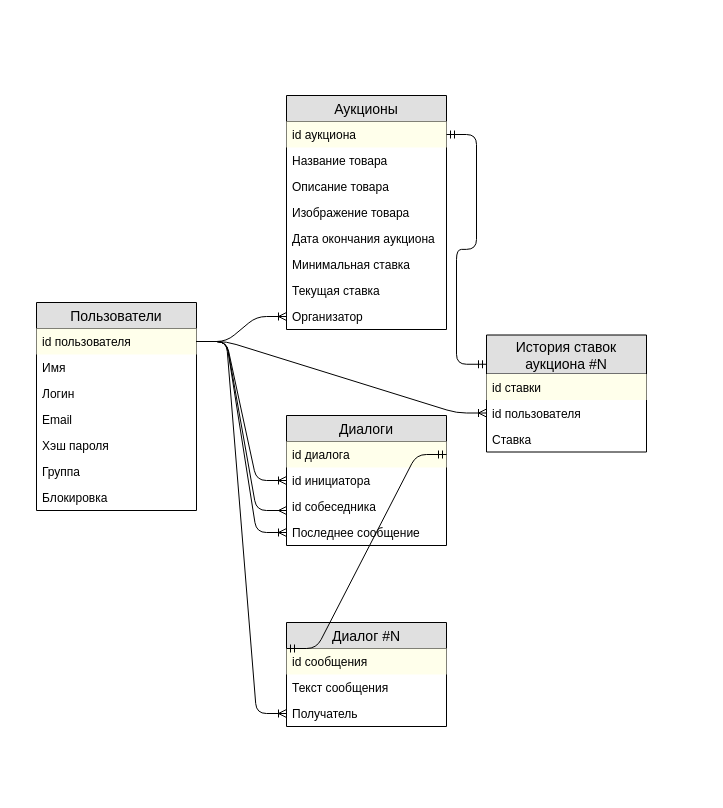
Earlier version of the draw.io diagram Diagrams/ER-Diagram.drawio (Fake-Make/Au). Source tidied: cells renumbered, new cells numbered last; positions are measured from the earlier drawing's top-left corner, leaving out a move shared by most shapes. Both pictures are drawn from the tidied source at 100%, with x=0, y=0 at pixel (36, 95).
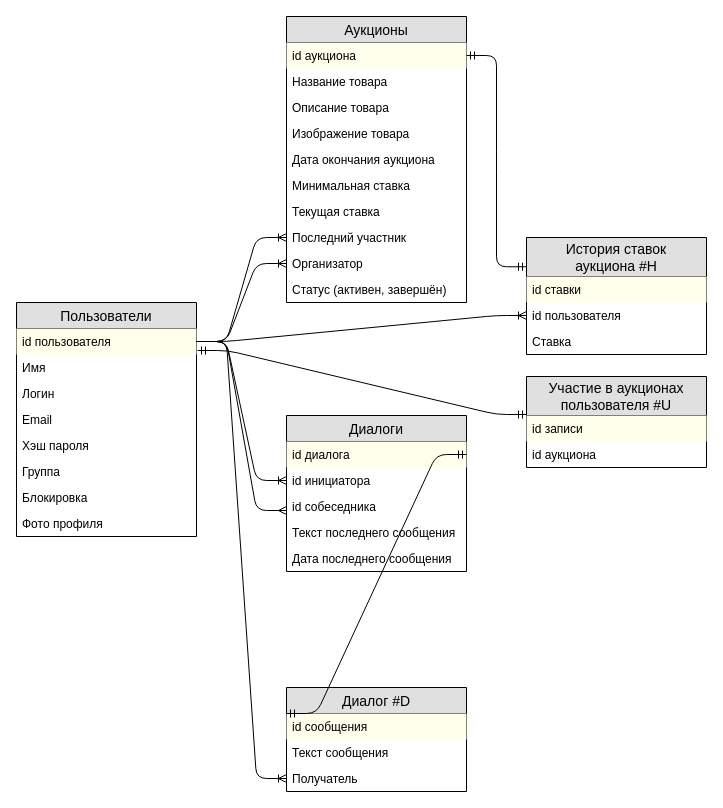
Above is the later version.

The edit, as a diff of the source:
```diff
@@
     <mxCell id="2" value="Пользователи" style="swimlane;fontStyle=0;horizontal=1;startSize=26;fillColor=#e0e0e0;swimlaneFillColor=#ffffff;align=center;fontSize=14;" parent="1" vertex="1">
-      <mxGeometry y="207" width="160" height="208" as="geometry" />
+      <mxGeometry x="-20" y="207" width="180" height="234" as="geometry" />
     </mxCell>
     <mxCell id="3" value="id пользователя" style="text;strokeColor=none;fillColor=#FFFFEB;spacingLeft=4;spacingRight=4;overflow=hidden;points=[[0,0.5],[1,0.5]];portConstraint=eastwest;fontSize=12;" parent="2" vertex="1">
-      <mxGeometry y="26" width="160" height="26" as="geometry" />
+      <mxGeometry y="26" width="180" height="26" as="geometry" />
     </mxCell>
     <mxCell id="4" value="Имя" style="text;strokeColor=none;fillColor=none;spacingLeft=4;spacingRight=4;overflow=hidden;fontSize=12;" parent="2" vertex="1">
-      <mxGeometry y="52" width="160" height="26" as="geometry" />
+      <mxGeometry y="52" width="180" height="26" as="geometry" />
     </mxCell>
     <mxCell id="5" value="Логин" style="text;strokeColor=none;fillColor=none;spacingLeft=4;spacingRight=4;overflow=hidden;fontSize=12;" parent="2" vertex="1">
-      <mxGeometry y="78" width="160" height="26" as="geometry" />
+      <mxGeometry y="78" width="180" height="26" as="geometry" />
     </mxCell>
     <mxCell id="6" value="Email" style="text;strokeColor=none;fillColor=none;spacingLeft=4;spacingRight=4;overflow=hidden;fontSize=12;" parent="2" vertex="1">
-      <mxGeometry y="104" width="160" height="26" as="geometry" />
+      <mxGeometry y="104" width="180" height="26" as="geometry" />
     </mxCell>
     <mxCell id="7" value="Хэш пароля" style="text;strokeColor=none;fillColor=none;spacingLeft=4;spacingRight=4;overflow=hidden;fontSize=12;" parent="2" vertex="1">
-      <mxGeometry y="130" width="160" height="26" as="geometry" />
+      <mxGeometry y="130" width="180" height="26" as="geometry" />
     </mxCell>
     <mxCell id="8" value="Группа" style="text;strokeColor=none;fillColor=none;spacingLeft=4;spacingRight=4;overflow=hidden;fontSize=12;" parent="2" vertex="1">
-      <mxGeometry y="156" width="160" height="26" as="geometry" />
+      <mxGeometry y="156" width="180" height="26" as="geometry" />
     </mxCell>
+    <mxCell id="40" value="Блокировка" style="text;strokeColor=none;fillColor=none;spacingLeft=4;spacingRight=4;overflow=hidden;fontSize=12;" parent="2" vertex="1">
+      <mxGeometry y="182" width="180" height="26" as="geometry" />
+    </mxCell>
-    <mxCell id="9" value="Блокировка" style="text;strokeColor=none;fillColor=none;spacingLeft=4;spacingRight=4;overflow=hidden;fontSize=12;" parent="2" vertex="1">
-      <mxGeometry y="182" width="160" height="26" as="geometry" />
+    <mxCell id="9" value="Фото профиля" style="text;strokeColor=none;fillColor=none;spacingLeft=4;spacingRight=4;overflow=hidden;fontSize=12;" parent="2" vertex="1">
+      <mxGeometry y="208" width="180" height="26" as="geometry" />
     </mxCell>
     <mxCell id="10" value="Диалоги" style="swimlane;fontStyle=0;horizontal=1;startSize=26;fillColor=#e0e0e0;swimlaneFillColor=#ffffff;align=center;fontSize=14;" parent="1" vertex="1">
-      <mxGeometry x="250" y="320" width="160" height="130" as="geometry" />
+      <mxGeometry x="250" y="320" width="180" height="156" as="geometry" />
     </mxCell>
     <mxCell id="11" value="id диалога" style="text;strokeColor=none;fillColor=#FFFFEB;spacingLeft=4;spacingRight=4;overflow=hidden;points=[[0,0.5],[1,0.5]];portConstraint=eastwest;fontSize=12;" parent="10" vertex="1">
-      <mxGeometry y="26" width="160" height="26" as="geometry" />
+      <mxGeometry y="26" width="180" height="26" as="geometry" />
     </mxCell>
     <mxCell id="12" value="id инициатора" style="text;strokeColor=none;fillColor=none;spacingLeft=4;spacingRight=4;overflow=hidden;points=[[0,0.5],[1,0.5]];portConstraint=eastwest;fontSize=12;" parent="10" vertex="1">
-      <mxGeometry y="52" width="160" height="26" as="geometry" />
+      <mxGeometry y="52" width="180" height="26" as="geometry" />
     </mxCell>
     <mxCell id="13" value="id собеседника" style="text;strokeColor=none;fillColor=none;spacingLeft=4;spacingRight=4;overflow=hidden;points=[[0,0.5],[1,0.5]];portConstraint=eastwest;fontSize=12;" parent="10" vertex="1">
-      <mxGeometry y="78" width="160" height="26" as="geometry" />
+      <mxGeometry y="78" width="180" height="26" as="geometry" />
     </mxCell>
-    <mxCell id="14" value="Последнее сообщение" style="text;strokeColor=none;fillColor=none;spacingLeft=4;spacingRight=4;overflow=hidden;points=[[0,0.5],[1,0.5]];portConstraint=eastwest;fontSize=12;" parent="10" vertex="1">
-      <mxGeometry y="104" width="160" height="26" as="geometry" />
+    <mxCell id="14" value="Текст последнего сообщения" style="text;strokeColor=none;fillColor=none;spacingLeft=4;spacingRight=4;overflow=hidden;points=[[0,0.5],[1,0.5]];portConstraint=eastwest;fontSize=12;" parent="10" vertex="1">
+      <mxGeometry y="104" width="180" height="26" as="geometry" />
     </mxCell>
+    <mxCell id="41" value="Дата последнего сообщения" style="text;strokeColor=none;fillColor=none;spacingLeft=4;spacingRight=4;overflow=hidden;fontSize=12;" parent="10" vertex="1">
+      <mxGeometry y="130" width="180" height="26" as="geometry" />
+    </mxCell>
     <mxCell id="15" value="Аукционы" style="swimlane;fontStyle=0;horizontal=1;startSize=26;fillColor=#e0e0e0;swimlaneFillColor=#ffffff;align=center;fontSize=14;" parent="1" vertex="1">
-      <mxGeometry x="250" width="160" height="234" as="geometry" />
+      <mxGeometry x="250" y="-79" width="180" height="286" as="geometry" />
     </mxCell>
     <mxCell id="16" value="id аукциона" style="text;strokeColor=none;fillColor=#FFFFEB;spacingLeft=4;spacingRight=4;overflow=hidden;points=[[0,0.5],[1,0.5]];portConstraint=eastwest;fontSize=12;" parent="15" vertex="1">
-      <mxGeometry y="26" width="160" height="26" as="geometry" />
+      <mxGeometry y="26" width="180" height="26" as="geometry" />
     </mxCell>
     <mxCell id="17" value="Название товара" style="text;strokeColor=none;fillColor=none;spacingLeft=4;spacingRight=4;overflow=hidden;fontSize=12;" parent="15" vertex="1">
-      <mxGeometry y="52" width="160" height="26" as="geometry" />
+      <mxGeometry y="52" width="180" height="26" as="geometry" />
     </mxCell>
     <mxCell id="18" value="Описание товара" style="text;strokeColor=none;fillColor=none;spacingLeft=4;spacingRight=4;overflow=hidden;fontSize=12;" parent="15" vertex="1">
-      <mxGeometry y="78" width="160" height="26" as="geometry" />
+      <mxGeometry y="78" width="180" height="26" as="geometry" />
     </mxCell>
     <mxCell id="19" value="Изображение товара" style="text;strokeColor=none;fillColor=none;spacingLeft=4;spacingRight=4;overflow=hidden;fontSize=12;" parent="15" vertex="1">
-      <mxGeometry y="104" width="160" height="26" as="geometry" />
+      <mxGeometry y="104" width="180" height="26" as="geometry" />
     </mxCell>
     <mxCell id="20" value="Дата окончания аукциона" style="text;strokeColor=none;fillColor=none;spacingLeft=4;spacingRight=4;overflow=hidden;fontSize=12;" parent="15" vertex="1">
-      <mxGeometry y="130" width="160" height="26" as="geometry" />
+      <mxGeometry y="130" width="180" height="26" as="geometry" />
     </mxCell>
     <mxCell id="21" value="Минимальная ставка" style="text;strokeColor=none;fillColor=none;spacingLeft=4;spacingRight=4;overflow=hidden;fontSize=12;" parent="15" vertex="1">
-      <mxGeometry y="156" width="160" height="26" as="geometry" />
+      <mxGeometry y="156" width="180" height="26" as="geometry" />
     </mxCell>
     <mxCell id="22" value="Текущая ставка" style="text;strokeColor=none;fillColor=none;spacingLeft=4;spacingRight=4;overflow=hidden;fontSize=12;" parent="15" vertex="1">
-      <mxGeometry y="182" width="160" height="26" as="geometry" />
+      <mxGeometry y="182" width="180" height="26" as="geometry" />
     </mxCell>
+    <mxCell id="42" value="Последний участник" style="text;strokeColor=none;fillColor=none;spacingLeft=4;spacingRight=4;overflow=hidden;points=[[0,0.5],[1,0.5]];portConstraint=eastwest;fontSize=12;" parent="15" vertex="1">
+      <mxGeometry y="208" width="180" height="26" as="geometry" />
+    </mxCell>
     <mxCell id="23" value="Организатор" style="text;strokeColor=none;fillColor=none;spacingLeft=4;spacingRight=4;overflow=hidden;points=[[0,0.5],[1,0.5]];portConstraint=eastwest;fontSize=12;" parent="15" vertex="1">
-      <mxGeometry y="208" width="160" height="26" as="geometry" />
+      <mxGeometry y="234" width="180" height="26" as="geometry" />
     </mxCell>
+    <mxCell id="43" value="Статус (активен, завершён)" style="text;strokeColor=none;fillColor=none;spacingLeft=4;spacingRight=4;overflow=hidden;fontSize=12;" parent="15" vertex="1">
+      <mxGeometry y="260" width="180" height="26" as="geometry" />
+    </mxCell>
-    <mxCell id="24" value="Диалог #N" style="swimlane;fontStyle=0;horizontal=1;startSize=26;fillColor=#e0e0e0;swimlaneFillColor=#ffffff;align=center;fontSize=14;" parent="1" vertex="1">
-      <mxGeometry x="250" y="527" width="160" height="104" as="geometry" />
+    <mxCell id="24" value="Диалог #D" style="swimlane;fontStyle=0;horizontal=1;startSize=26;fillColor=#e0e0e0;swimlaneFillColor=#ffffff;align=center;fontSize=14;" parent="1" vertex="1">
+      <mxGeometry x="250" y="592" width="180" height="104" as="geometry" />
     </mxCell>
     <mxCell id="25" value="id сообщения" style="text;strokeColor=none;fillColor=#FFFFEB;spacingLeft=4;spacingRight=4;overflow=hidden;fontSize=12;" parent="24" vertex="1">
-      <mxGeometry y="26" width="160" height="26" as="geometry" />
+      <mxGeometry y="26" width="180" height="26" as="geometry" />
     </mxCell>
     <mxCell id="26" value="Текст сообщения" style="text;strokeColor=none;fillColor=none;spacingLeft=4;spacingRight=4;overflow=hidden;fontSize=12;" parent="24" vertex="1">
-      <mxGeometry y="52" width="160" height="26" as="geometry" />
+      <mxGeometry y="52" width="180" height="26" as="geometry" />
     </mxCell>
     <mxCell id="27" value="Получатель" style="text;strokeColor=none;fillColor=none;spacingLeft=4;spacingRight=4;overflow=hidden;points=[[0,0.5],[1,0.5]];portConstraint=eastwest;fontSize=12;" parent="24" vertex="1">
-      <mxGeometry y="78" width="160" height="26" as="geometry" />
+      <mxGeometry y="78" width="180" height="26" as="geometry" />
     </mxCell>
-    <mxCell id="28" value="История ставок&#10;аукциона #N" style="swimlane;fontStyle=0;horizontal=1;startSize=39;fillColor=#e0e0e0;swimlaneFillColor=#ffffff;align=center;fontSize=14;" parent="1" vertex="1">
-      <mxGeometry x="450" y="239.5" width="160" height="117" as="geometry" />
+    <mxCell id="28" value="История ставок&#10;аукциона #H" style="swimlane;fontStyle=0;horizontal=1;startSize=39;fillColor=#e0e0e0;swimlaneFillColor=#ffffff;align=center;fontSize=14;" parent="1" vertex="1">
+      <mxGeometry x="490" y="142" width="180" height="117" as="geometry" />
     </mxCell>
     <mxCell id="29" value="id ставки" style="text;strokeColor=none;fillColor=#FFFFEB;spacingLeft=4;spacingRight=4;overflow=hidden;fontSize=12;" parent="28" vertex="1">
-      <mxGeometry y="39" width="160" height="26" as="geometry" />
+      <mxGeometry y="39" width="180" height="26" as="geometry" />
     </mxCell>
     <mxCell id="30" value="id пользователя" style="text;strokeColor=none;fillColor=none;spacingLeft=4;spacingRight=4;overflow=hidden;points=[[0,0.5],[1,0.5]];portConstraint=eastwest;fontSize=12;" parent="28" vertex="1">
-      <mxGeometry y="65" width="160" height="26" as="geometry" />
+      <mxGeometry y="65" width="180" height="26" as="geometry" />
     </mxCell>
     <mxCell id="31" value="Ставка" style="text;strokeColor=none;fillColor=none;spacingLeft=4;spacingRight=4;overflow=hidden;fontSize=12;" parent="28" vertex="1">
-      <mxGeometry y="91" width="160" height="26" as="geometry" />
+      <mxGeometry y="91" width="180" height="26" as="geometry" />
     </mxCell>
@@
-    <mxCell id="36" style="edgeStyle=entityRelationEdgeStyle;fontSize=12;html=1;endArrow=ERoneToMany;exitX=1;exitY=0.5;exitDx=0;exitDy=0;entryX=0;entryY=0.5;entryDx=0;entryDy=0;" parent="1" edge="1" source="3" target="14">
-      <mxGeometry relative="1" as="geometry" />
-    </mxCell>
@@
+    <mxCell id="44" style="edgeStyle=entityRelationEdgeStyle;fontSize=12;html=1;endArrow=ERoneToMany;exitX=1;exitY=0.5;exitDx=0;exitDy=0;entryX=0;entryY=0.5;entryDx=0;entryDy=0;" parent="1" edge="1" source="3" target="42">
+      <mxGeometry relative="1" as="geometry" />
+    </mxCell>
+    <mxCell id="45" value="Участие в аукционах&#10;пользователя #U" style="swimlane;fontStyle=0;horizontal=1;startSize=39;fillColor=#e0e0e0;swimlaneFillColor=#ffffff;align=center;fontSize=14;" parent="1" vertex="1">
+      <mxGeometry x="490" y="281" width="180" height="91" as="geometry" />
+    </mxCell>
+    <mxCell id="46" value="id записи" style="text;strokeColor=none;fillColor=#FFFFEB;spacingLeft=4;spacingRight=4;overflow=hidden;fontSize=12;" parent="45" vertex="1">
+      <mxGeometry y="39" width="180" height="26" as="geometry" />
+    </mxCell>
+    <mxCell id="47" value="id аукциона" style="text;strokeColor=none;fillColor=none;spacingLeft=4;spacingRight=4;overflow=hidden;fontSize=12;" parent="45" vertex="1">
+      <mxGeometry y="65" width="180" height="26" as="geometry" />
+    </mxCell>
+    <mxCell id="48" style="edgeStyle=entityRelationEdgeStyle;fontSize=12;html=1;endArrow=ERmandOne;startArrow=ERmandOne;" parent="1" edge="1">
+      <mxGeometry relative="1" as="geometry">
+        <mxPoint x="161" y="255" as="sourcePoint" />
+        <mxPoint x="490" y="319" as="targetPoint" />
+      </mxGeometry>
+    </mxCell>
```
